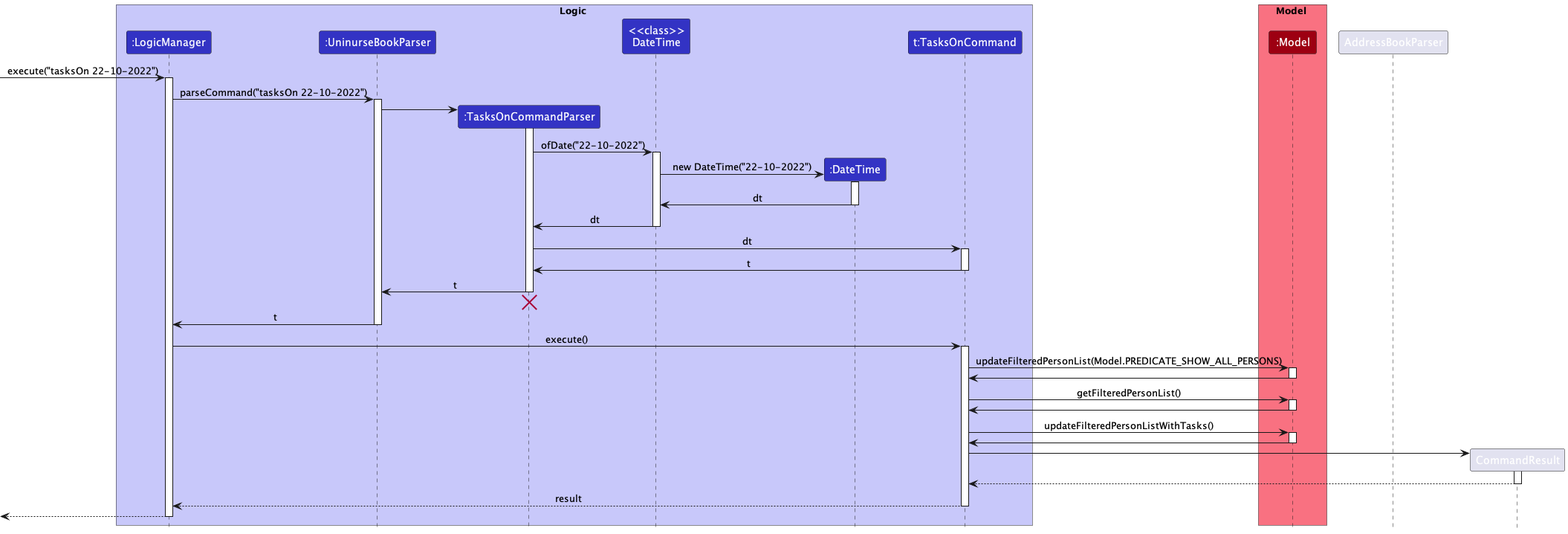
Earlier version of the PlantUML export docs/images/TasksOnSequenceDiagram.png (nus-cs2103-AY2223S1/tp).
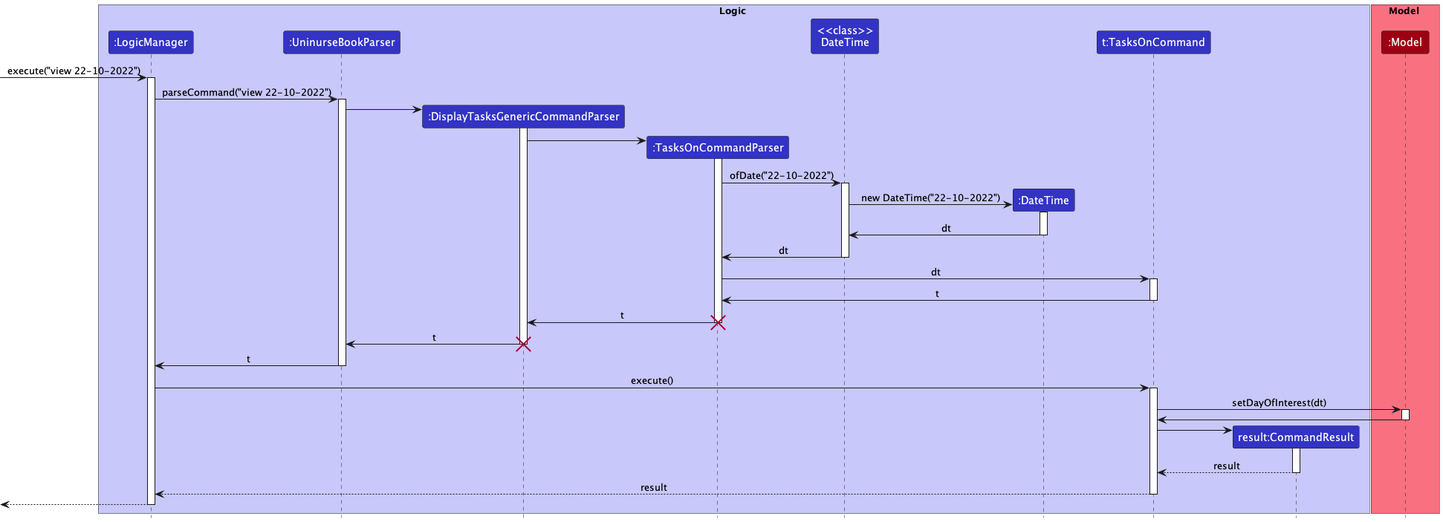
After the change.

Commit message:
Fix viewing tasks on a particular day sequence diagram

What changed in the source:
```diff
@@ -4,24 +4,30 @@
 box Logic LOGIC_COLOR_T1
 participant ":LogicManager" as LogicManager LOGIC_COLOR
 participant ":UninurseBookParser" as UninurseBookParser LOGIC_COLOR
+participant ":DisplayTasksGenericCommandParser" as DisplayTasksGenericCommandParser LOGIC_COLOR
 participant ":TasksOnCommandParser" as TasksOnCommandParser LOGIC_COLOR
 participant "<<class>>\nDateTime" as DateTimeClass LOGIC_COLOR
 participant ":DateTime" as DateTime LOGIC_COLOR
 participant "t:TasksOnCommand" as TasksOnCommand LOGIC_COLOR
+participant "result:CommandResult" as CommandResult LOGIC_COLOR
 end box
 
 box Model MODEL_COLOR_T1
 participant ":Model" as Model MODEL_COLOR
 end box
 
-[-> LogicManager : execute("tasksOn 22-10-2022")
+[-> LogicManager : execute("view 22-10-2022")
 activate LogicManager
 
-LogicManager -> UninurseBookParser : parseCommand("tasksOn 22-10-2022")
+LogicManager -> UninurseBookParser : parseCommand("view 22-10-2022")
 activate UninurseBookParser
 
+create DisplayTasksGenericCommandParser
+UninurseBookParser -> DisplayTasksGenericCommandParser
+activate DisplayTasksGenericCommandParser
+
 create TasksOnCommandParser
-UninurseBookParser -> TasksOnCommandParser
+DisplayTasksGenericCommandParser -> TasksOnCommandParser
 activate TasksOnCommandParser
 
 TasksOnCommandParser -> DateTimeClass : ofDate("22-10-2022")
@@ -43,10 +49,12 @@
 TasksOnCommand -> TasksOnCommandParser : t
 deactivate TasksOnCommand
 
-TasksOnCommandParser -> UninurseBookParser : t
+TasksOnCommandParser -> DisplayTasksGenericCommandParser : t
 deactivate TasksOnCommandParser
-TasksOnCommandParser -[hidden]-> AddressBookParser
 destroy TasksOnCommandParser
+DisplayTasksGenericCommandParser -> UninurseBookParser : t
+deactivate DisplayTasksGenericCommandParser
+destroy DisplayTasksGenericCommandParser
 
 UninurseBookParser -> LogicManager : t
 deactivate UninurseBookParser
@@ -54,19 +62,7 @@
 LogicManager -> TasksOnCommand : execute()
 activate TasksOnCommand
 
-TasksOnCommand -> Model : updateFilteredPersonList(Model.PREDICATE_SHOW_ALL_PERSONS)
-activate Model
-
-Model -> TasksOnCommand
-deactivate Model
-
-TasksOnCommand -> Model : getFilteredPersonList()
-activate Model
-
-Model -> TasksOnCommand
-deactivate Model
-
-TasksOnCommand -> Model : updateFilteredPersonListWithTasks()
+TasksOnCommand -> Model : setDayOfInterest(dt)
 activate Model
 
 Model -> TasksOnCommand
@@ -76,7 +72,7 @@
 TasksOnCommand -> CommandResult
 activate CommandResult
 
-CommandResult --> TasksOnCommand
+CommandResult --> TasksOnCommand : result
 deactivate CommandResult
 
 TasksOnCommand --> LogicManager : result
```
